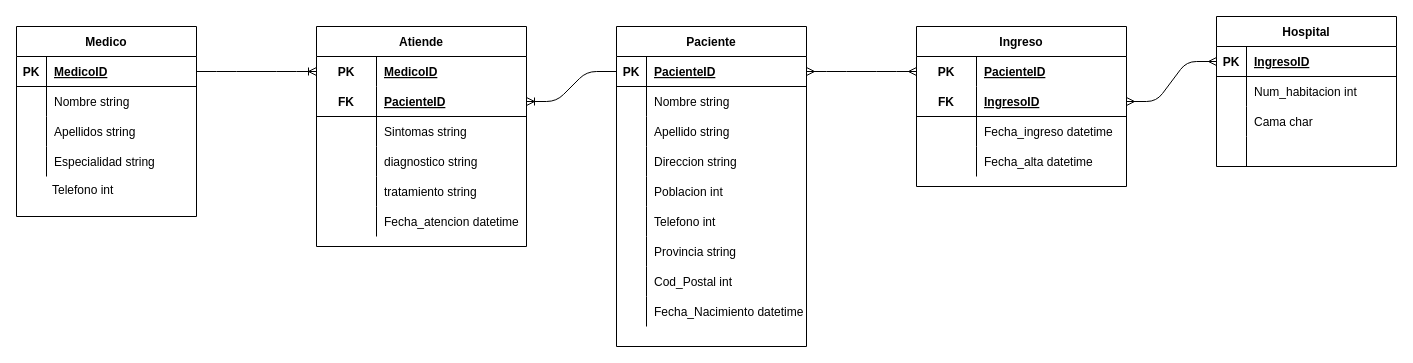
This is Diagrama sin título.drawio from LuisCastilloISC/CursoFlutter, a draw.io file, before an edit. Source tidied: cells renumbered, new cells numbered last; positions are measured from the earlier drawing's top-left corner, leaving out a move shared by most shapes. Both pictures are drawn from the tidied source at 100%, with x=0, y=0 at pixel (16, 16).
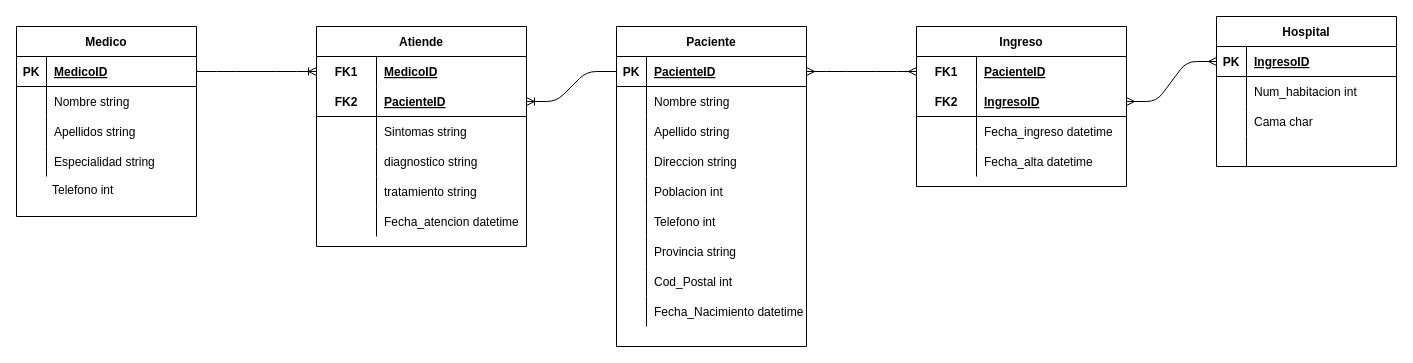
After the change.

The change refers to these unchanged cells:
```xml
<mxCell id="17" style="shape=partialRectangle;fillColor=none;top=0;left=0;bottom=0;right=0;points=[[0,0.5],[1,0.5]];portConstraint=eastwest;" parent="16" vertex="1">
  <mxGeometry y="30" width="210" height="30" as="geometry" />
</mxCell>
<mxCell id="20" style="shape=partialRectangle;fillColor=none;top=0;left=0;bottom=1;right=0;points=[[0,0.5],[1,0.5]];portConstraint=eastwest;" parent="16" vertex="1">
  <mxGeometry y="60" width="210" height="30" as="geometry" />
</mxCell>
<mxCell id="66" style="shape=partialRectangle;fillColor=none;top=0;left=0;bottom=0;right=0;points=[[0,0.5],[1,0.5]];portConstraint=eastwest;" parent="65" vertex="1">
  <mxGeometry y="30" width="210" height="30" as="geometry" />
</mxCell>
<mxCell id="69" style="shape=partialRectangle;fillColor=none;top=0;left=0;bottom=1;right=0;points=[[0,0.5],[1,0.5]];portConstraint=eastwest;" parent="65" vertex="1">
  <mxGeometry y="60" width="210" height="30" as="geometry" />
</mxCell>
```

What changed in the source:
```diff
@@
-    <mxCell id="18" value="PK" style="shape=partialRectangle;fillColor=none;top=0;left=0;bottom=0;right=0;fontStyle=1;overflow=hidden;" parent="17" vertex="1">
+    <mxCell id="18" value="FK1" style="shape=partialRectangle;fillColor=none;top=0;left=0;bottom=0;right=0;fontStyle=1;overflow=hidden;" parent="17" vertex="1">
       <mxGeometry width="60" height="30" as="geometry" />
     </mxCell>
@@
-    <mxCell id="21" value="FK" style="shape=partialRectangle;fillColor=none;top=0;left=0;bottom=0;right=0;fontStyle=1;overflow=hidden;" parent="20" vertex="1">
+    <mxCell id="21" value="FK2" style="shape=partialRectangle;fillColor=none;top=0;left=0;bottom=0;right=0;fontStyle=1;overflow=hidden;" parent="20" vertex="1">
       <mxGeometry width="60" height="30" as="geometry" />
     </mxCell>
@@
-    <mxCell id="67" value="PK" style="shape=partialRectangle;fillColor=none;top=0;left=0;bottom=0;right=0;fontStyle=1;overflow=hidden;" parent="66" vertex="1">
+    <mxCell id="67" value="FK1" style="shape=partialRectangle;fillColor=none;top=0;left=0;bottom=0;right=0;fontStyle=1;overflow=hidden;" parent="66" vertex="1">
       <mxGeometry width="60" height="30" as="geometry" />
     </mxCell>
@@
-    <mxCell id="70" value="FK" style="shape=partialRectangle;fillColor=none;top=0;left=0;bottom=0;right=0;fontStyle=1;overflow=hidden;" parent="69" vertex="1">
+    <mxCell id="70" value="FK2" style="shape=partialRectangle;fillColor=none;top=0;left=0;bottom=0;right=0;fontStyle=1;overflow=hidden;" parent="69" vertex="1">
       <mxGeometry width="60" height="30" as="geometry" />
     </mxCell>
```
